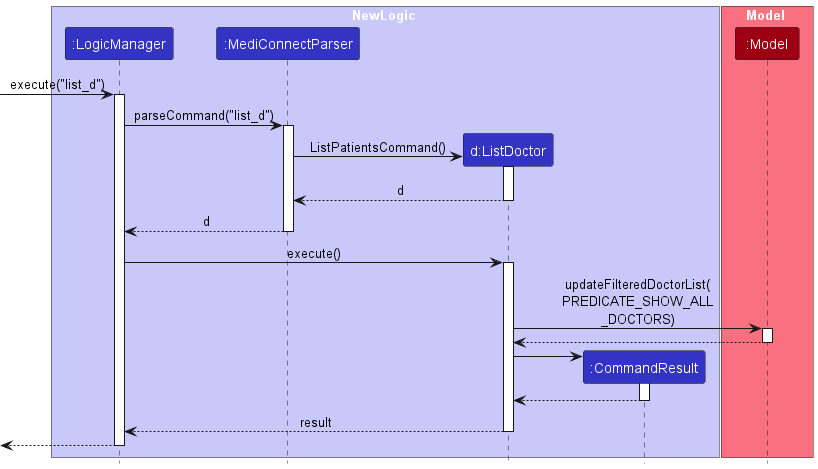
yanghengtang/tp keeps this PlantUML diagram as docs/images/ListDoctorSequence.png. Above is the earlier version.
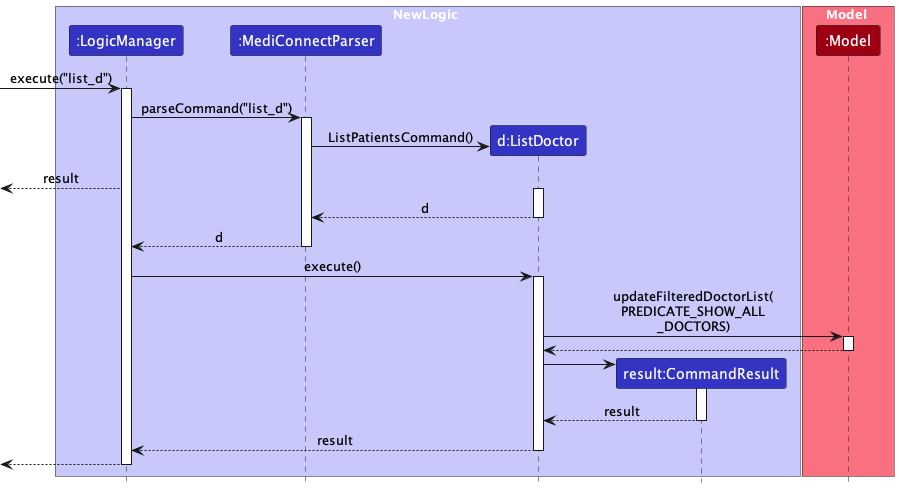
Above is the later version.

Commit message:
Standardise diagrams

What changed in the source:
```diff
@@ -6,7 +6,7 @@
 participant ":LogicManager" as LogicManager LOGIC_COLOR
 participant ":MediConnectParser" as MediConnectParser LOGIC_COLOR
 participant "d:ListDoctor" as ListDoctor LOGIC_COLOR
-participant ":CommandResult" as CommandResult LOGIC_COLOR
+participant "result:CommandResult" as CommandResult LOGIC_COLOR
 end box
 
 box Model MODEL_COLOR_T1
@@ -22,11 +22,8 @@
 create ListDoctor
 
 MediConnectParser -> ListDoctor : ListPatientsCommand()
-
+[<--LogicManager : result
 activate ListDoctor
-
-
-
 
 ListDoctor --> MediConnectParser : d
 deactivate ListDoctor
@@ -47,7 +44,7 @@
 ListDoctor -> CommandResult
 activate CommandResult
 
-CommandResult --> ListDoctor
+CommandResult --> ListDoctor : result
 deactivate CommandResult
 
 ListDoctor --> LogicManager : result
```
